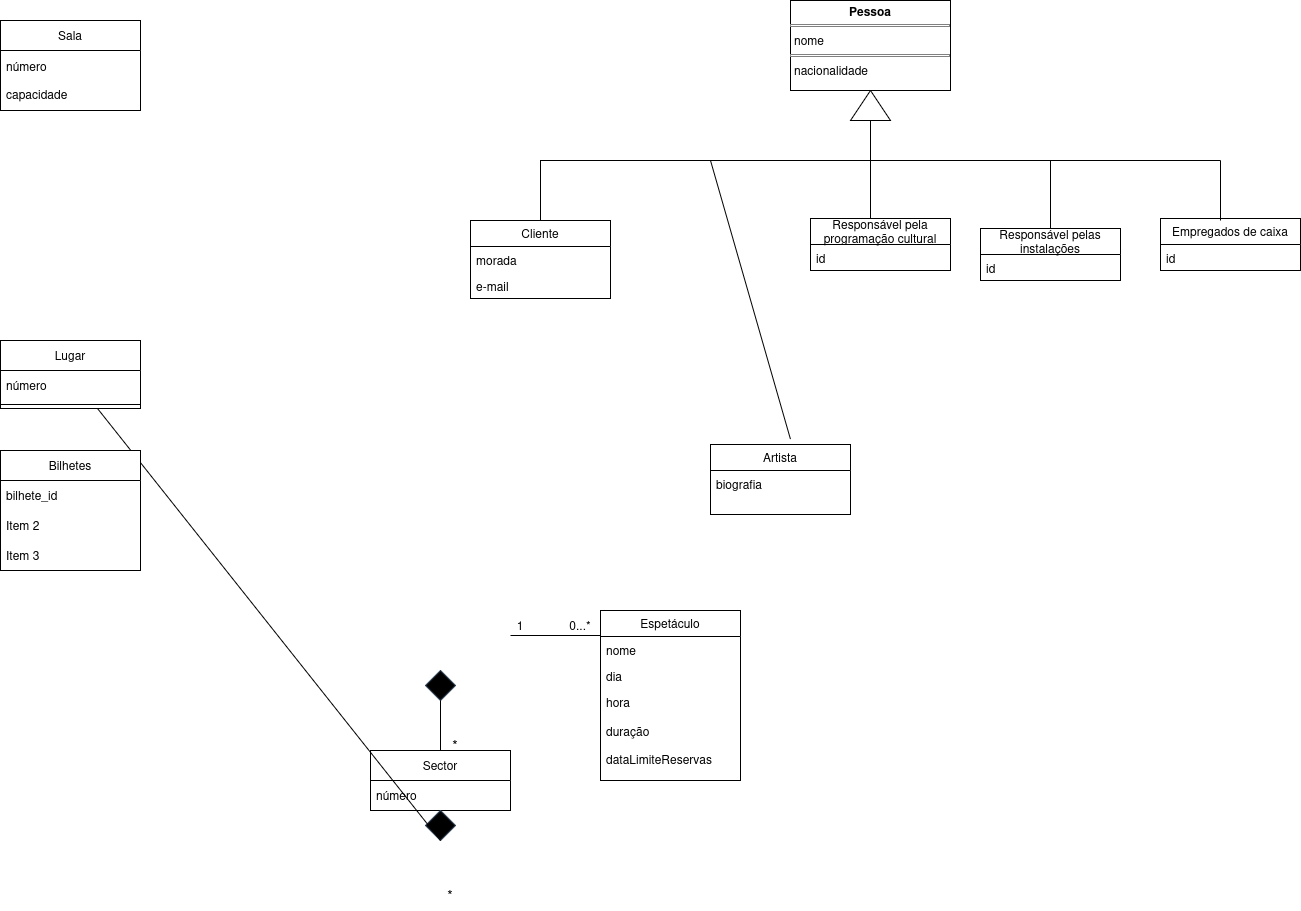
Before: UML1.drawio.png, a diagram exported from draw.io (leorsd/ESOF_UML). Source tidied: cells renumbered, new cells last; positions are measured from the earlier drawing's top-left corner, leaving out a move shared by most shapes.
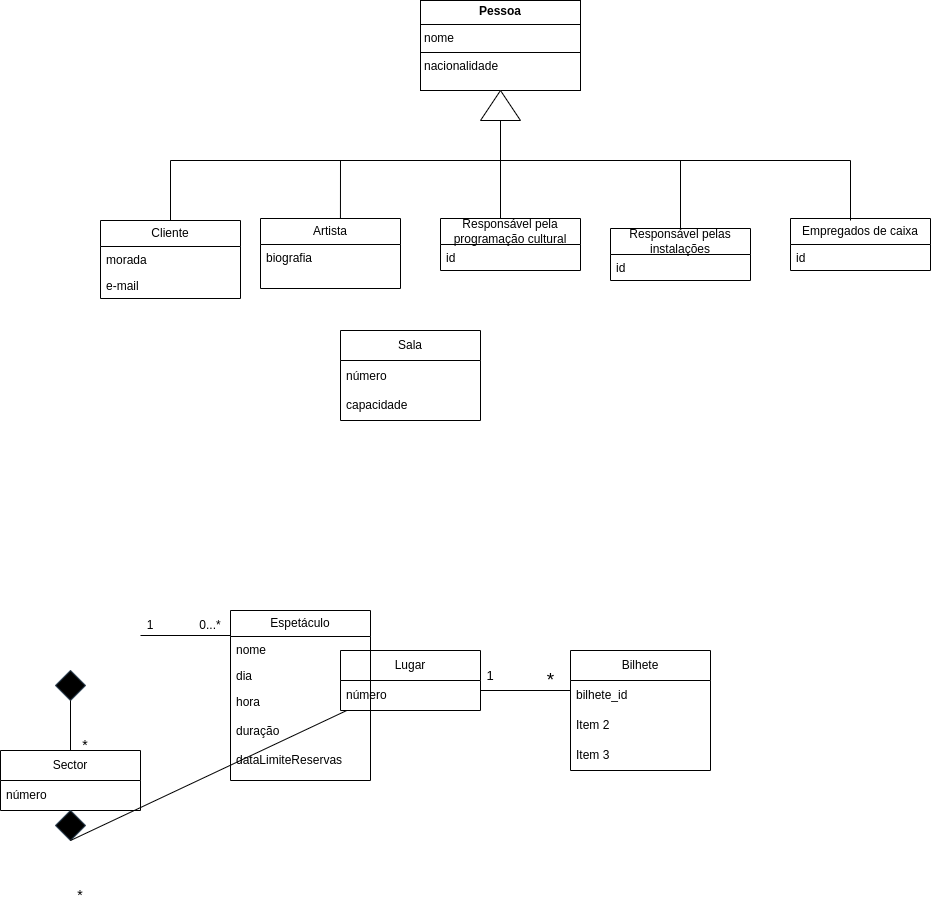
After the commit.

The edit, as a diff of the source:
```diff
@@ -3,13 +3,13 @@
     <mxCell id="0" />
     <mxCell id="1" parent="0" />
     <mxCell id="2" value="Artista" style="swimlane;fontStyle=0;horizontal=1;startSize=26;fillColor=none;whiteSpace=wrap;html=1;" parent="1" vertex="1">
-      <mxGeometry x="710" y="444" width="140" height="70" as="geometry" />
+      <mxGeometry x="630" y="218" width="140" height="70" as="geometry" />
     </mxCell>
     <mxCell id="3" value="&lt;div&gt;biografia&lt;/div&gt;" style="text;strokeColor=none;fillColor=none;align=left;verticalAlign=top;spacingLeft=4;spacingRight=4;overflow=hidden;whiteSpace=wrap;html=1;" parent="2" vertex="1">
       <mxGeometry y="26" width="140" height="44" as="geometry" />
     </mxCell>
     <mxCell id="4" value="Sala" style="swimlane;fontStyle=0;horizontal=1;startSize=30;whiteSpace=wrap;html=1;" parent="1" vertex="1">
-      <mxGeometry y="20" width="140" height="90" as="geometry" />
+      <mxGeometry x="710" y="330" width="140" height="90" as="geometry" />
     </mxCell>
     <mxCell id="5" value="número&lt;div&gt;&lt;div&gt;&lt;br&gt;&lt;/div&gt;&lt;div&gt;capacidade&lt;/div&gt;&lt;/div&gt;" style="text;strokeColor=none;fillColor=none;align=left;verticalAlign=middle;spacingLeft=4;spacingRight=4;overflow=hidden;whiteSpace=wrap;html=1;" parent="4" vertex="1">
       <mxGeometry y="30" width="140" height="60" as="geometry" />
@@ -32,14 +32,11 @@
       <mxGeometry x="490" y="610" width="60" height="30" as="geometry" />
     </mxCell>
     <mxCell id="11" value="Lugar" style="swimlane;fontStyle=0;horizontal=1;startSize=30;whiteSpace=wrap;html=1;" parent="1" vertex="1">
-      <mxGeometry y="340" width="140" height="68" as="geometry" />
+      <mxGeometry x="710" y="650" width="140" height="60" as="geometry" />
     </mxCell>
     <mxCell id="12" value="número" style="text;strokeColor=none;fillColor=none;align=left;verticalAlign=middle;spacingLeft=4;spacingRight=4;overflow=hidden;whiteSpace=wrap;html=1;" parent="11" vertex="1">
       <mxGeometry y="30" width="140" height="30" as="geometry" />
     </mxCell>
-    <mxCell id="13" style="line;strokeWidth=1;fillColor=none;align=left;verticalAlign=middle;spacingTop=-1;spacingLeft=3;spacingRight=3;labelPosition=right;strokeColor=inherit;" parent="11" vertex="1">
-      <mxGeometry y="60" width="140" height="8" as="geometry" />
-    </mxCell>
     <mxCell id="14" style="rhombus;whiteSpace=wrap;html=1;strokeColor=#314354;fillColor=#000000;fontColor=#ffffff;" parent="1" vertex="1">
       <mxGeometry x="425" y="810" width="30" height="30" as="geometry" />
     </mxCell>
@@ -99,8 +96,8 @@
     <mxCell id="31" value="id" style="text;strokeColor=none;fillColor=none;align=left;verticalAlign=top;spacingLeft=4;spacingRight=4;overflow=hidden;whiteSpace=wrap;html=1;" parent="30" vertex="1">
       <mxGeometry y="26" width="140" height="26" as="geometry" />
     </mxCell>
-    <mxCell id="32" value="Bilhetes" style="swimlane;fontStyle=0;horizontal=1;startSize=30;whiteSpace=wrap;html=1;" parent="1" vertex="1">
-      <mxGeometry y="450" width="140" height="120" as="geometry" />
+    <mxCell id="32" value="Bilhete" style="swimlane;fontStyle=0;horizontal=1;startSize=30;whiteSpace=wrap;html=1;" parent="1" vertex="1">
+      <mxGeometry x="940" y="650" width="140" height="120" as="geometry" />
     </mxCell>
     <mxCell id="33" value="bilhete_id" style="text;strokeColor=none;fillColor=none;align=left;verticalAlign=middle;spacingLeft=4;spacingRight=4;overflow=hidden;whiteSpace=wrap;html=1;" parent="32" vertex="1">
       <mxGeometry y="30" width="140" height="30" as="geometry" />
@@ -125,7 +122,7 @@
         </Array>
       </mxGeometry>
     </mxCell>
-    <mxCell id="39" style="endArrow=none;html=1;rounded=0;exitX=0.571;exitY=-0.077;exitDx=0;exitDy=0;exitPerimeter=0;" parent="1" edge="1" source="2">
+    <mxCell id="39" style="endArrow=none;html=1;rounded=0;exitX=0.571;exitY=0;exitDx=0;exitDy=0;exitPerimeter=0;" parent="1" edge="1" source="2">
       <mxGeometry relative="1" as="geometry">
         <mxPoint x="710" y="160" as="targetPoint" />
       </mxGeometry>
@@ -153,8 +150,20 @@
         <mxPoint x="870" y="158" as="targetPoint" />
       </mxGeometry>
     </mxCell>
+    <mxCell id="45" style="endArrow=none;html=1;rounded=0;exitX=1;exitY=0;exitDx=0;exitDy=0;exitPerimeter=0;entryX=0;entryY=0.25;entryDx=0;entryDy=0;" parent="1" edge="1">
+      <mxGeometry relative="1" as="geometry">
+        <mxPoint x="850" y="690" as="sourcePoint" />
+        <mxPoint x="940" y="690" as="targetPoint" />
+      </mxGeometry>
+    </mxCell>
     <mxCell id="44" value="&lt;font style=&quot;font-size: 14px;&quot;&gt;*&lt;/font&gt;" style="text;html=1;align=center;verticalAlign=middle;whiteSpace=wrap;rounded=0;" parent="1" vertex="1">
       <mxGeometry x="425" y="730" width="60" height="30" as="geometry" />
     </mxCell>
+    <mxCell id="46" value="&lt;font style=&quot;font-size: 13px;&quot;&gt;1&lt;/font&gt;" style="text;html=1;align=center;verticalAlign=middle;whiteSpace=wrap;rounded=0;" parent="1" vertex="1">
+      <mxGeometry x="830" y="660" width="60" height="30" as="geometry" />
+    </mxCell>
+    <mxCell id="47" value="&lt;font style=&quot;font-size: 19px;&quot;&gt;*&lt;/font&gt;" style="text;html=1;align=center;verticalAlign=middle;strokeColor=none;fillColor=none;" parent="1" vertex="1">
+      <mxGeometry x="850" y="660" width="140" height="40" as="geometry" />
+    </mxCell>
   </root>
 </mxGraphModel>
```
